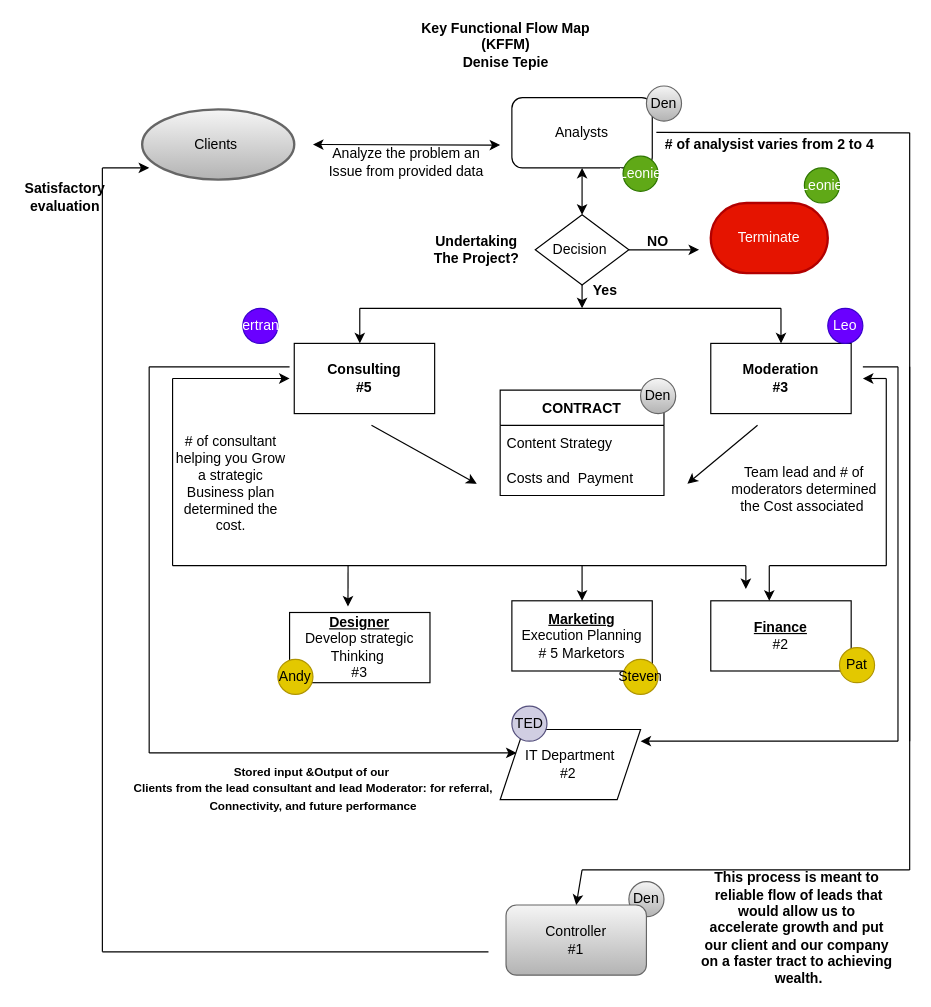
dtepie1/Pro-Num keeps this draw.io diagram as Key Function Flow Map(KFFM), Denise Tepie.drawio. Above is the earlier version. Source tidied: cells renumbered, new cells numbered last; positions are measured from the earlier drawing's top-left corner, leaving out a move shared by most shapes. Both pictures are drawn from the tidied source at 117%, with x=0, y=0 at pixel (20, 39).
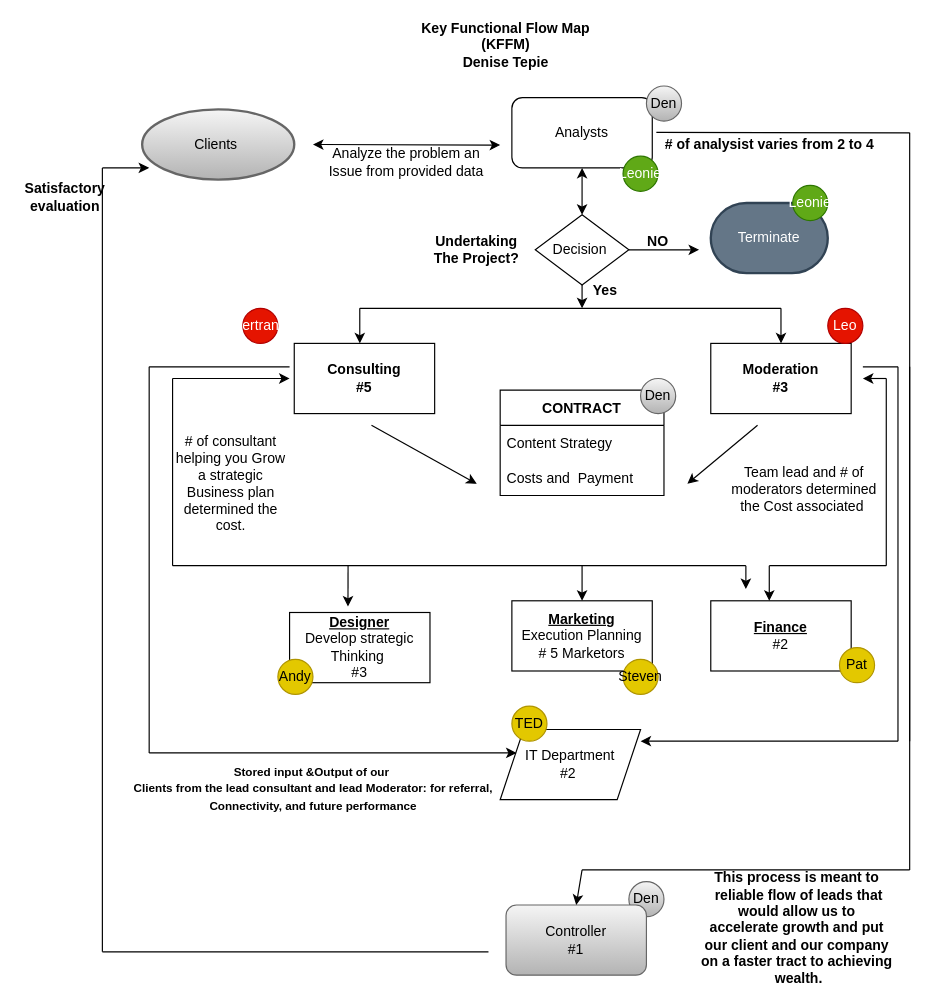
Above is the later version.

The edit, as a diff of the source:
```diff
@@
-    <mxCell id="19" value="Terminate" style="strokeWidth=2;html=1;shape=mxgraph.flowchart.terminator;whiteSpace=wrap;fillColor=#e51400;fontColor=#ffffff;strokeColor=#B20000;" parent="1" vertex="1">
+    <mxCell id="19" value="Terminate" style="strokeWidth=2;html=1;shape=mxgraph.flowchart.terminator;whiteSpace=wrap;fillColor=#647687;fontColor=#ffffff;strokeColor=#314354;" parent="1" vertex="1">
       <mxGeometry x="590" y="140" width="100" height="60" as="geometry" />
     </mxCell>
@@
     <mxCell id="21" value="Leonie" style="ellipse;whiteSpace=wrap;html=1;fillColor=#60a917;fontColor=#ffffff;strokeColor=#2D7600;" parent="1" vertex="1">
-      <mxGeometry x="670" y="110" width="30" height="30" as="geometry" />
+      <mxGeometry x="660" y="125" width="30" height="30" as="geometry" />
     </mxCell>
@@
-    <mxCell id="27" value="Bertrand" style="ellipse;whiteSpace=wrap;html=1;fillColor=#6a00ff;fontColor=#ffffff;strokeColor=#3700CC;" parent="1" vertex="1">
+    <mxCell id="27" value="Bertrand" style="ellipse;whiteSpace=wrap;html=1;fillColor=#e51400;fontColor=#ffffff;strokeColor=#B20000;" parent="1" vertex="1">
       <mxGeometry x="190" y="230" width="30" height="30" as="geometry" />
     </mxCell>
-    <mxCell id="28" value="Leo" style="ellipse;whiteSpace=wrap;html=1;fillColor=#6a00ff;fontColor=#ffffff;strokeColor=#3700CC;" parent="1" vertex="1">
+    <mxCell id="28" value="Leo" style="ellipse;whiteSpace=wrap;html=1;fillColor=#e51400;fontColor=#ffffff;strokeColor=#B20000;" parent="1" vertex="1">
       <mxGeometry x="690" y="230" width="30" height="30" as="geometry" />
     </mxCell>
@@
-    <mxCell id="42" value="TED" style="ellipse;whiteSpace=wrap;html=1;fillColor=#d0cee2;strokeColor=#56517e;" parent="1" vertex="1">
+    <mxCell id="42" value="TED" style="ellipse;whiteSpace=wrap;html=1;fillColor=#e3c800;strokeColor=#B09500;fontColor=#000000;" parent="1" vertex="1">
       <mxGeometry x="420" y="570" width="30" height="30" as="geometry" />
     </mxCell>
```
